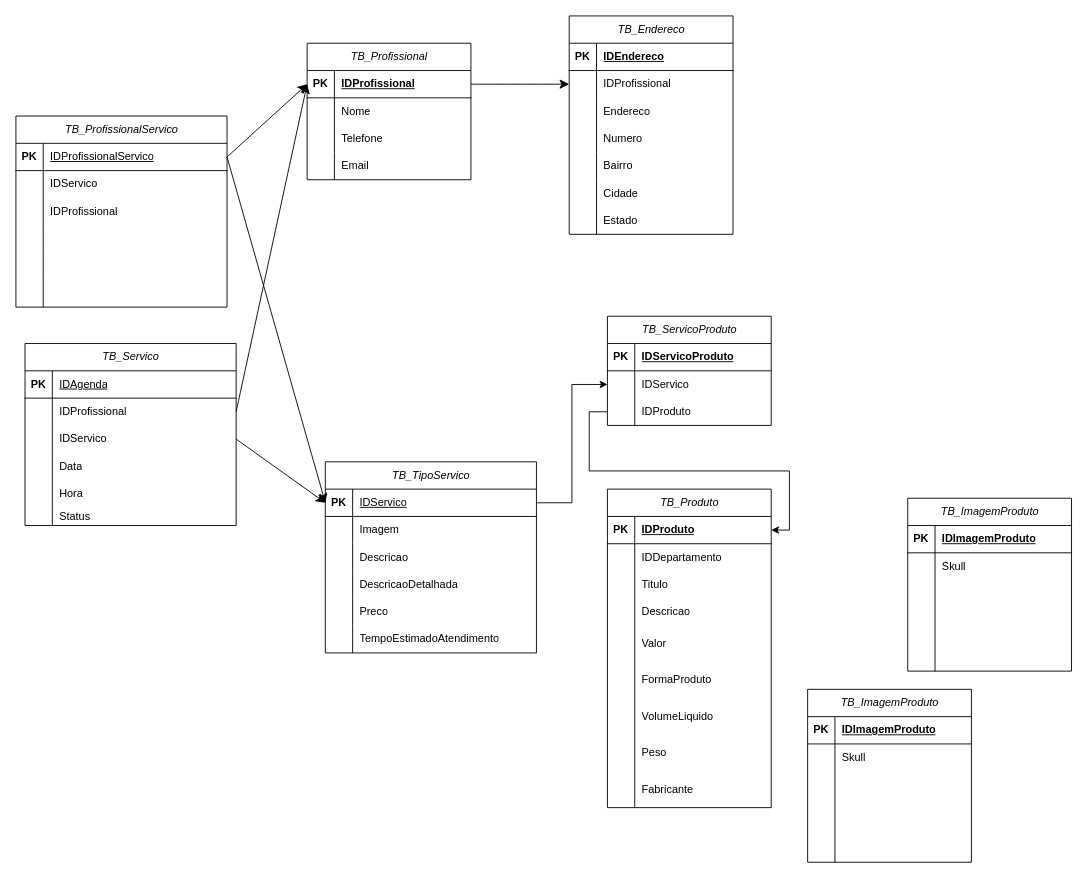
Before: Diagrama_App_Sobrancelha.drawio in mpgwave/app-sobrancelhas, a draw.io diagram. Source tidied: cells renumbered, new cells numbered last; positions are measured from the earlier drawing's top-left corner, leaving out a move shared by most shapes. Both pictures are drawn from the tidied source at 91%, with x=0, y=0 at pixel (15, 15).
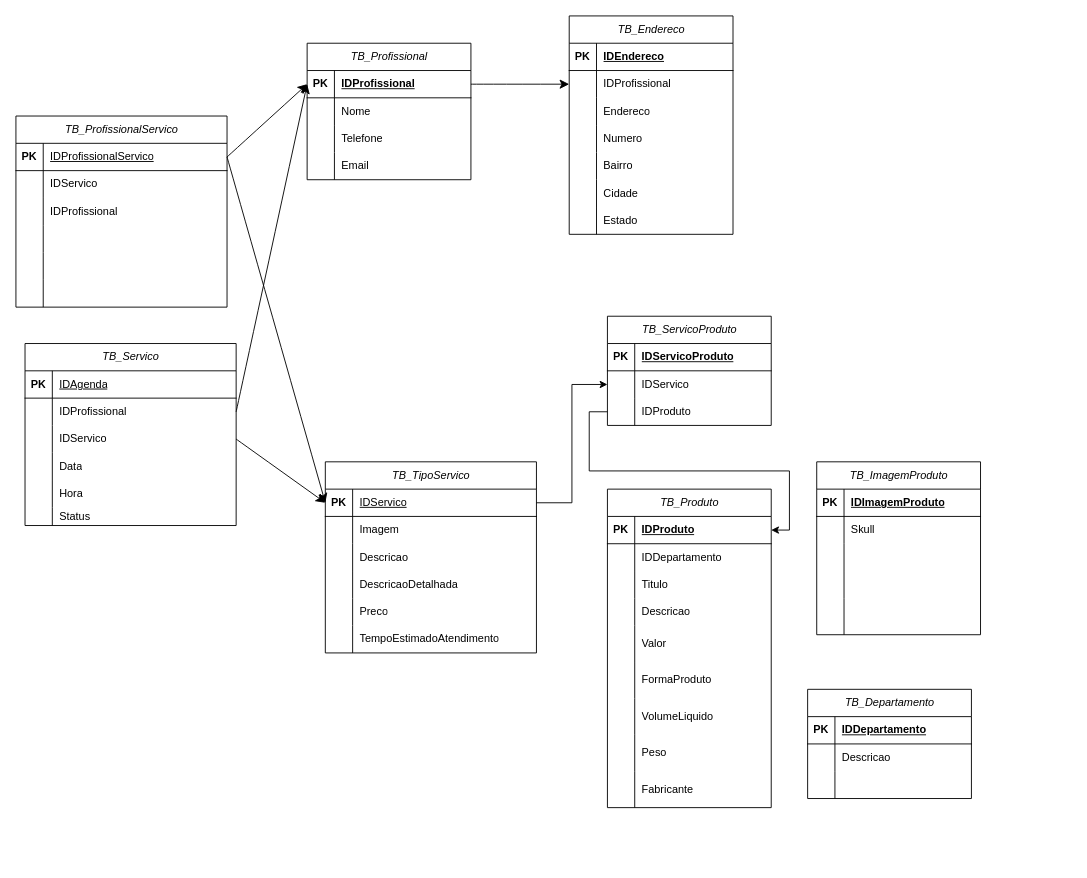
Above is the later version.

The change refers to these unchanged cells:
```xml
<mxCell id="156" style="shape=tableRow;horizontal=0;startSize=0;swimlaneHead=0;swimlaneBody=0;fillColor=none;top=0;left=0;right=0;bottom=1;" parent="155" vertex="1">
  <mxGeometry y="30" width="180" height="30" as="geometry" />
</mxCell>
<mxCell id="159" style="shape=tableRow;horizontal=0;startSize=0;swimlaneHead=0;swimlaneBody=0;fillColor=none;top=0;left=0;right=0;bottom=0;" parent="155" vertex="1">
  <mxGeometry y="60" width="180" height="30" as="geometry" />
</mxCell>
```

The edit, as a diff of the source:
```diff
@@
     <mxCell id="139" value="&lt;span style=&quot;font-style: italic; font-weight: 400;&quot;&gt;TB_ImagemProduto&lt;/span&gt;" style="shape=table;startSize=30;childLayout=tableLayout;rowLines=0;fontStyle=1;align=center;html=1;" parent="1" vertex="1">
-      <mxGeometry x="980" y="530" width="180" height="190" as="geometry" />
+      <mxGeometry x="880" y="490" width="180" height="190" as="geometry" />
     </mxCell>
@@
-    <mxCell id="155" value="&lt;span style=&quot;font-style: italic; font-weight: 400;&quot;&gt;TB_ImagemProduto&lt;/span&gt;" style="shape=table;startSize=30;childLayout=tableLayout;rowLines=0;fontStyle=1;align=center;html=1;" parent="1" vertex="1">
-      <mxGeometry x="870" y="740" width="180" height="190" as="geometry" />
+    <mxCell id="155" value="&lt;span style=&quot;font-style: italic; font-weight: 400;&quot;&gt;TB_Departamento&lt;/span&gt;" style="shape=table;startSize=30;childLayout=tableLayout;rowLines=0;fontStyle=1;align=center;html=1;" parent="1" vertex="1">
+      <mxGeometry x="870" y="740" width="180" height="120" as="geometry" />
     </mxCell>
@@
-    <mxCell id="158" value="IDImagemProduto" style="shape=partialRectangle;fillColor=none;top=0;left=0;bottom=0;right=0;align=left;spacingLeft=6;fontStyle=5;overflow=hidden;whiteSpace=wrap;html=1;" parent="156" vertex="1">
+    <mxCell id="158" value="IDDepartamento" style="shape=partialRectangle;fillColor=none;top=0;left=0;bottom=0;right=0;align=left;spacingLeft=6;fontStyle=5;overflow=hidden;whiteSpace=wrap;html=1;" parent="156" vertex="1">
       <mxGeometry x="30" width="150" height="30" as="geometry" />
     </mxCell>
@@
-    <mxCell id="161" value="Skull" style="shape=partialRectangle;fillColor=none;top=0;left=0;bottom=0;right=0;align=left;spacingLeft=6;overflow=hidden;whiteSpace=wrap;html=1;" parent="159" vertex="1">
+    <mxCell id="161" value="Descricao" style="shape=partialRectangle;fillColor=none;top=0;left=0;bottom=0;right=0;align=left;spacingLeft=6;overflow=hidden;whiteSpace=wrap;html=1;" parent="159" vertex="1">
       <mxGeometry x="30" width="150" height="30" as="geometry" />
     </mxCell>
@@
-    <mxCell id="165" style="shape=tableRow;horizontal=0;startSize=0;swimlaneHead=0;swimlaneBody=0;fillColor=none;top=0;left=0;right=0;bottom=0;" parent="155" vertex="1">
-      <mxGeometry y="120" width="180" height="30" as="geometry" />
-    </mxCell>
-    <mxCell id="166" style="shape=partialRectangle;fillColor=none;top=0;left=0;bottom=0;right=0;overflow=hidden;whiteSpace=wrap;html=1;" parent="165" vertex="1">
-      <mxGeometry width="30" height="30" as="geometry" />
-    </mxCell>
-    <mxCell id="167" style="shape=partialRectangle;fillColor=none;top=0;left=0;bottom=0;right=0;align=left;spacingLeft=6;overflow=hidden;whiteSpace=wrap;html=1;" parent="165" vertex="1">
-      <mxGeometry x="30" width="150" height="30" as="geometry" />
-    </mxCell>
-    <mxCell id="168" style="shape=tableRow;horizontal=0;startSize=0;swimlaneHead=0;swimlaneBody=0;fillColor=none;top=0;left=0;right=0;bottom=0;" parent="155" vertex="1">
-      <mxGeometry y="150" width="180" height="40" as="geometry" />
-    </mxCell>
-    <mxCell id="169" style="shape=partialRectangle;fillColor=none;top=0;left=0;bottom=0;right=0;overflow=hidden;whiteSpace=wrap;html=1;" parent="168" vertex="1">
-      <mxGeometry width="30" height="40" as="geometry" />
-    </mxCell>
-    <mxCell id="170" style="shape=partialRectangle;fillColor=none;top=0;left=0;bottom=0;right=0;align=left;spacingLeft=6;overflow=hidden;whiteSpace=wrap;html=1;" parent="168" vertex="1">
-      <mxGeometry x="30" width="150" height="40" as="geometry" />
-    </mxCell>
```
